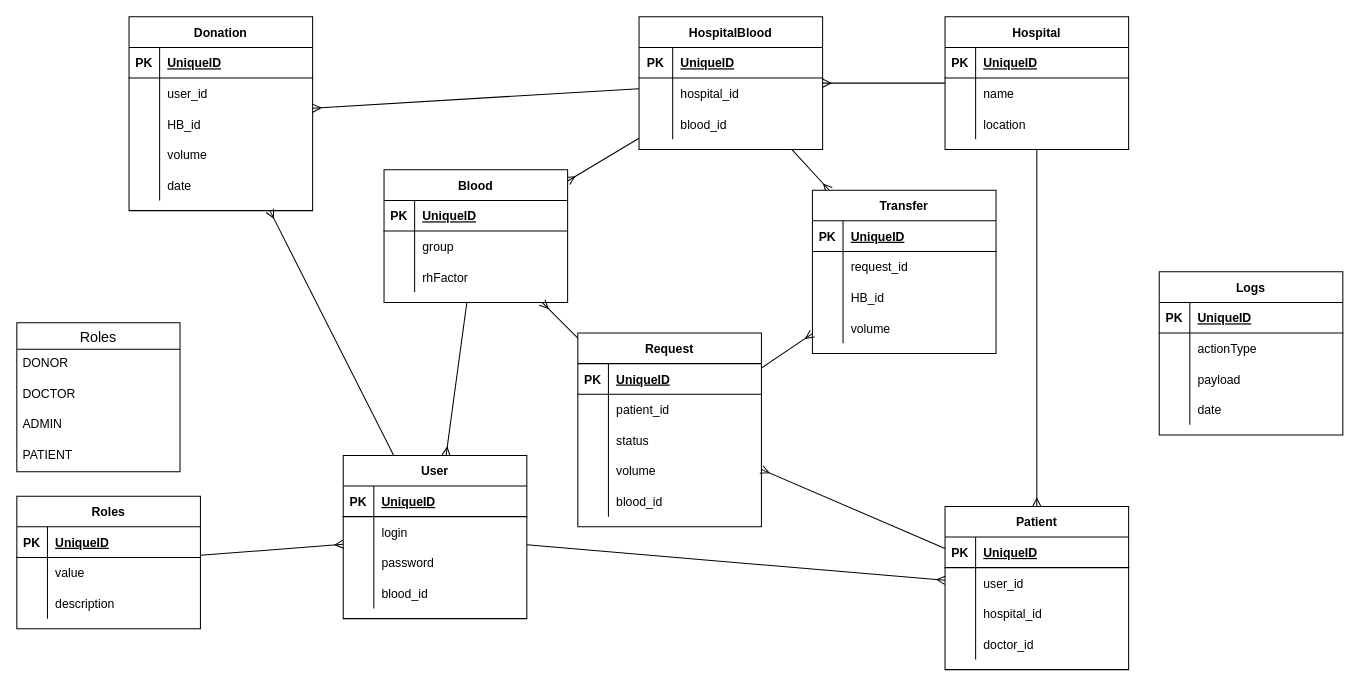
Dispersioned/blood-donations-backend keeps this draw.io diagram as database.drawio. Above is the earlier version. Source tidied: cells renumbered, new cells numbered last; positions are measured from the earlier drawing's top-left corner, leaving out a move shared by most shapes. Both pictures are drawn from the tidied source at 102%, with x=0, y=0 at pixel (16, 16).
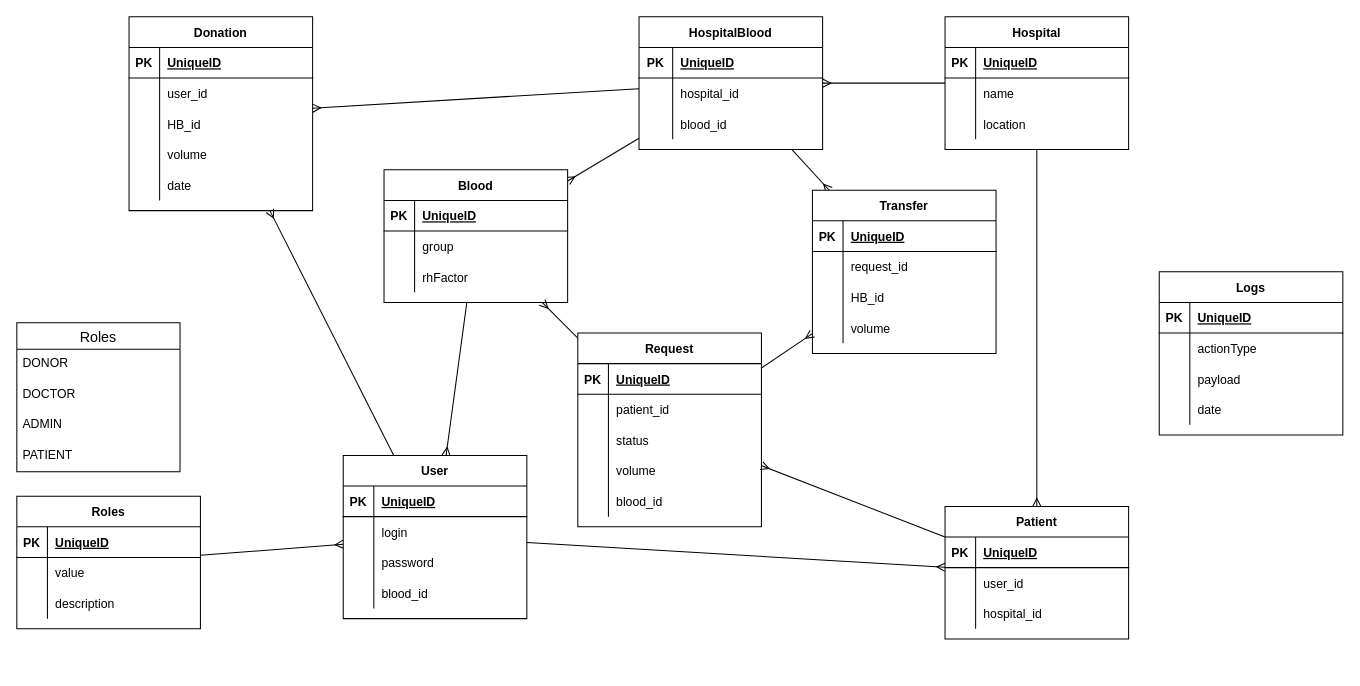
The same diagram, later.

The edit, as a diff of the source:
```diff
@@
     <mxCell id="114" value="Patient" style="shape=table;startSize=30;childLayout=tableLayout;rowLines=0;fontStyle=1;align=center;" parent="1" vertex="1">
-      <mxGeometry x="910" y="480" width="180" height="160" as="geometry" />
+      <mxGeometry x="910" y="480" width="180" height="130" as="geometry" />
     </mxCell>
@@
-    <mxCell id="124" style="shape=tableRow;horizontal=0;startSize=0;swimlaneHead=0;swimlaneBody=0;fillColor=none;top=0;left=0;right=0;bottom=0;" parent="114" vertex="1">
-      <mxGeometry y="120" width="180" height="30" as="geometry" />
-    </mxCell>
-    <mxCell id="125" style="shape=partialRectangle;fillColor=none;top=0;left=0;bottom=0;right=0;overflow=hidden;" parent="124" vertex="1">
-      <mxGeometry width="30" height="30" as="geometry" />
-    </mxCell>
-    <mxCell id="126" value="doctor_id" style="shape=partialRectangle;fillColor=none;top=0;left=0;bottom=0;right=0;align=left;spacingLeft=6;overflow=hidden;" parent="124" vertex="1">
-      <mxGeometry x="30" width="150" height="30" as="geometry" />
-    </mxCell>
```
